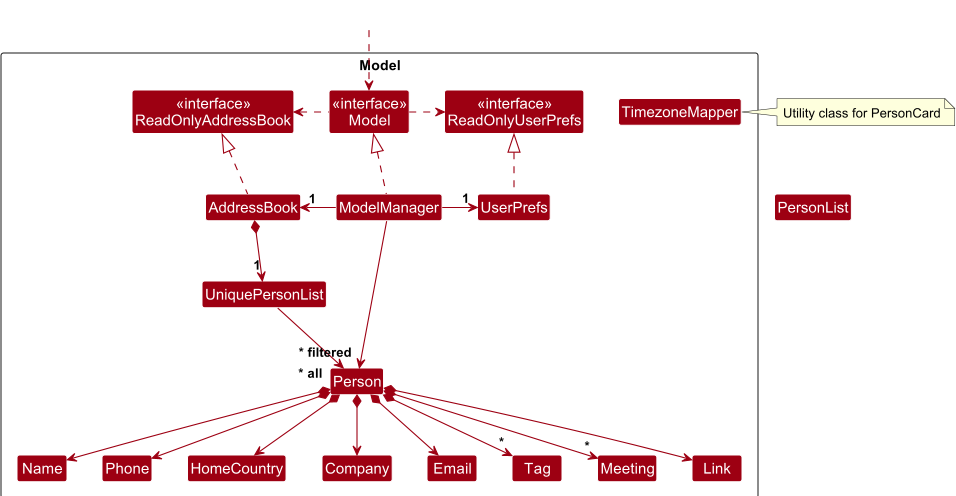
The PlantUML diagram docs/images/ModelClassDiagram.png in AY2526S1-CS2103T-T15-4/tp, before a commit. Its source is kept beside it as docs/diagrams/ModelClassDiagram.puml.
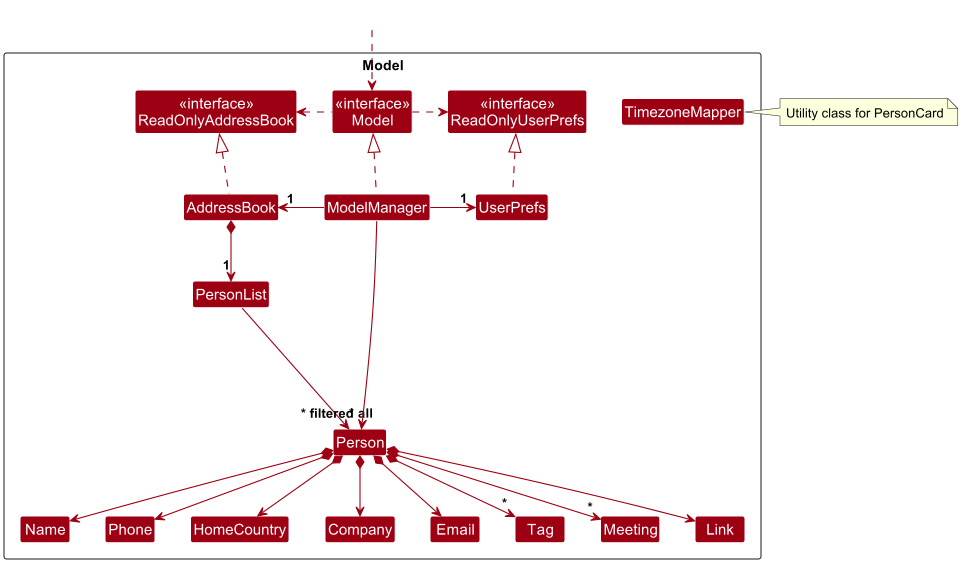
After the commit.

Change to the diagram source:
```diff
@@ -13,7 +13,7 @@
 Class UserPrefs
 Class TimezoneMapper
 
-Class UniquePersonList
+Class PersonList
 Class Person
 Class HomeCountry
 Class Company
@@ -43,8 +43,8 @@
 ModelManager -right-> "1" UserPrefs
 UserPrefs .up.|> ReadOnlyUserPrefs
 
-AddressBook *--> "1" UniquePersonList
-UniquePersonList --> "~* all" Person
+AddressBook *--> "1" PersonList
+PersonList --> "~* all" Person
 Person *--> Name
 Person *--> Phone
 Person *--> Email
```
